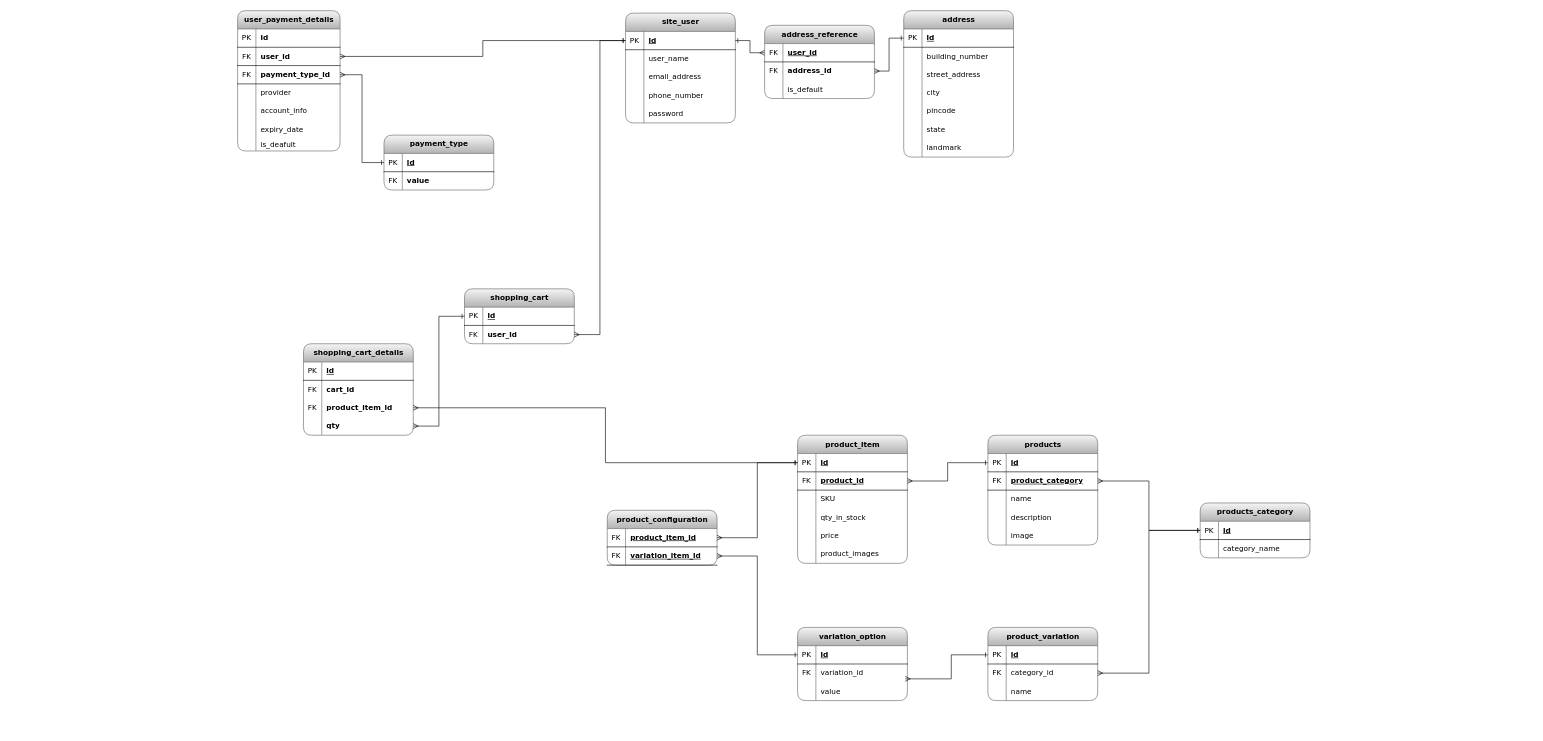
The draw.io diagram e-commerce.drawio in SanjibSaikia/Data-Modelling, before the edit. Source tidied: cells renumbered, new cells numbered last; positions are measured from the earlier drawing's top-left corner, leaving out a move shared by most shapes. Both pictures are drawn from the tidied source at 61%, with x=0, y=0 at pixel (237, 10).
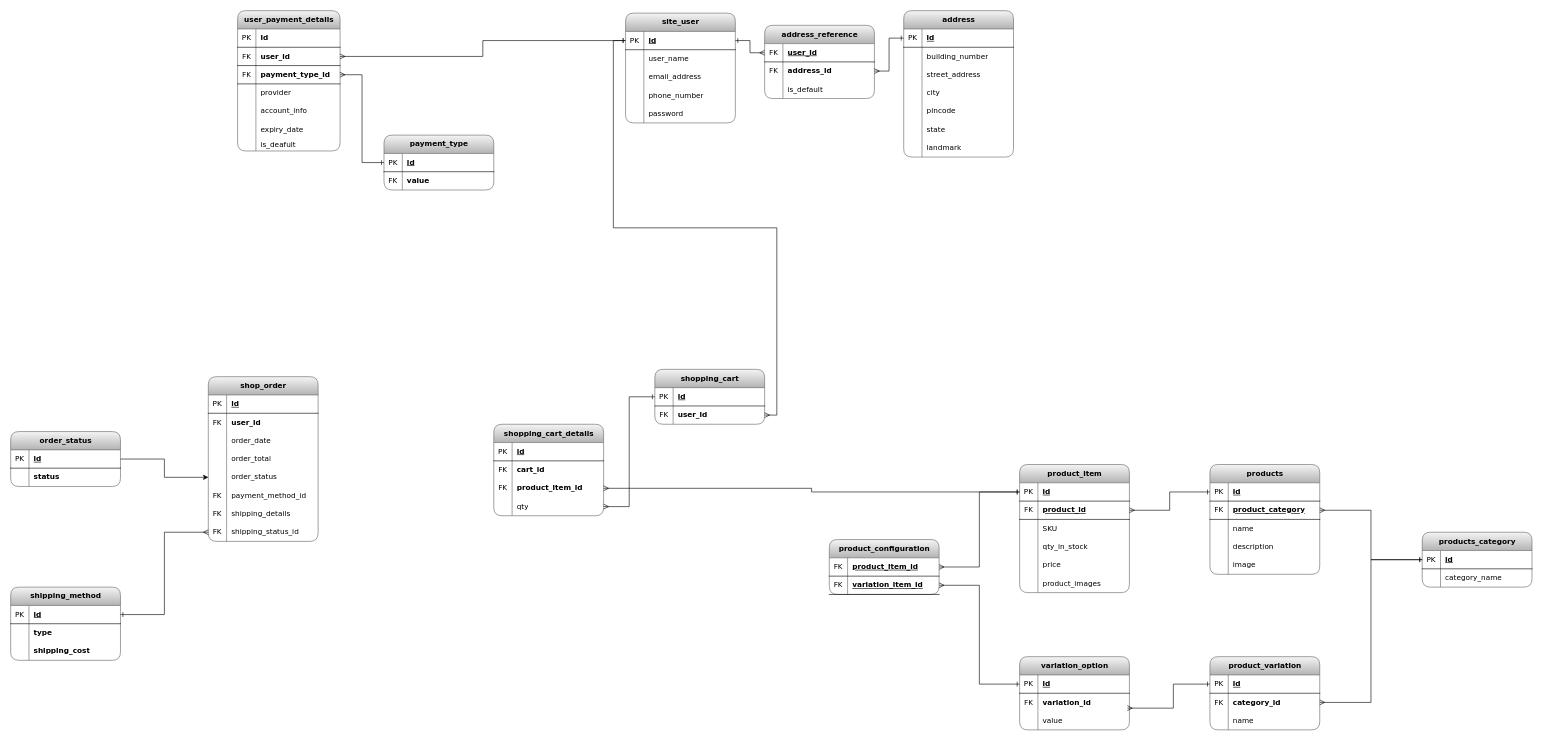
The same page after the edit.

The change refers to these unchanged cells:
```xml
<mxCell id="100" style="shape=tableRow;horizontal=0;startSize=0;swimlaneHead=0;swimlaneBody=0;fillColor=none;points=[[0,0.5],[1,0.5]];portConstraint=eastwest;top=0;left=0;right=0;bottom=1;fontFamily=Verdana;fontStyle=0;" parent="99" vertex="1">
  <mxGeometry y="30" width="180" height="30" as="geometry" />
</mxCell>
<mxCell id="108" style="shape=tableRow;horizontal=0;startSize=0;swimlaneHead=0;swimlaneBody=0;fillColor=none;points=[[0,0.5],[1,0.5]];portConstraint=eastwest;top=0;left=0;right=0;bottom=1;fontFamily=Verdana;fontStyle=0;" parent="107" vertex="1">
  <mxGeometry y="30" width="180" height="30" as="geometry" />
</mxCell>
<mxCell id="111" style="shape=tableRow;horizontal=0;startSize=0;swimlaneHead=0;swimlaneBody=0;fillColor=none;points=[[0,0.5],[1,0.5]];portConstraint=eastwest;top=0;left=0;right=0;bottom=0;fontFamily=Verdana;fontStyle=0;" parent="107" vertex="1">
  <mxGeometry y="60" width="180" height="30" as="geometry" />
</mxCell>
<mxCell id="122" style="shape=tableRow;horizontal=0;startSize=0;swimlaneHead=0;swimlaneBody=0;fillColor=none;points=[[0,0.5],[1,0.5]];portConstraint=eastwest;top=0;left=0;right=0;bottom=0;fontFamily=Verdana;fontStyle=0;" parent="118" vertex="1">
  <mxGeometry y="60" width="180" height="30" as="geometry" />
</mxCell>
<mxCell id="176" style="shape=tableRow;horizontal=0;startSize=0;swimlaneHead=0;swimlaneBody=0;fillColor=none;points=[[0,0.5],[1,0.5]];portConstraint=eastwest;top=0;left=0;right=0;bottom=0;fontFamily=Verdana;fontStyle=0;" parent="166" vertex="1">
  <mxGeometry y="120" width="180" height="30" as="geometry" />
</mxCell>
```

What changed in the source:
```diff
@@
     <mxCell id="83" value="&lt;b&gt;products&lt;/b&gt;" style="shape=table;startSize=30;childLayout=tableLayout;rowLines=0;fontStyle=0;align=center;html=1;strokeColor=#666666;swimlaneLine=1;rounded=1;shadow=0;fontFamily=Verdana;fillColor=#f5f5f5;gradientColor=#b3b3b3;" parent="1" vertex="1">
-      <mxGeometry x="1230" y="696" width="180" height="180" as="geometry" />
+      <mxGeometry x="1594" y="744" width="180" height="180" as="geometry" />
     </mxCell>
@@
     <mxCell id="99" value="&lt;b&gt;products_category&lt;/b&gt;" style="shape=table;startSize=30;childLayout=tableLayout;rowLines=0;fontStyle=0;align=center;html=1;strokeColor=#666666;swimlaneLine=1;rounded=1;shadow=0;fontFamily=Verdana;fillColor=#f5f5f5;gradientColor=#b3b3b3;" parent="1" vertex="1">
-      <mxGeometry x="1578" y="807" width="180" height="90" as="geometry" />
+      <mxGeometry x="1942" y="855" width="180" height="90" as="geometry" />
     </mxCell>
@@
     <mxCell id="107" value="&lt;b&gt;product_variation&lt;/b&gt;" style="shape=table;startSize=30;childLayout=tableLayout;rowLines=0;fontStyle=0;align=center;html=1;strokeColor=#666666;swimlaneLine=1;rounded=1;shadow=0;fontFamily=Verdana;fillColor=#f5f5f5;gradientColor=#b3b3b3;" parent="1" vertex="1">
-      <mxGeometry x="1230" y="1011" width="180" height="120" as="geometry" />
+      <mxGeometry x="1594" y="1059" width="180" height="120" as="geometry" />
     </mxCell>
@@
-    <mxCell id="113" value="category_id" style="shape=partialRectangle;fillColor=none;top=0;left=0;bottom=0;right=0;align=left;spacingLeft=6;overflow=hidden;whiteSpace=wrap;html=1;fontStyle=0;fontFamily=Verdana;" parent="111" vertex="1">
+    <mxCell id="113" value="&lt;b&gt;category_id&lt;/b&gt;" style="shape=partialRectangle;fillColor=none;top=0;left=0;bottom=0;right=0;align=left;spacingLeft=6;overflow=hidden;whiteSpace=wrap;html=1;fontStyle=0;fontFamily=Verdana;" parent="111" vertex="1">
       <mxGeometry x="30" width="150" height="30" as="geometry" />
     </mxCell>
@@
     <mxCell id="117" style="edgeStyle=orthogonalEdgeStyle;rounded=0;jettySize=auto;html=1;exitX=1;exitY=0.5;exitDx=0;exitDy=0;entryX=0;entryY=0.5;entryDx=0;entryDy=0;startArrow=ERmany;startFill=0;endArrow=ERone;endFill=0;" parent="1" edge="1" source="111" target="100">
       <mxGeometry relative="1" as="geometry">
         <Array as="points">
-          <mxPoint x="1494" y="1086" />
-          <mxPoint x="1494" y="852" />
+          <mxPoint x="1858" y="1134" />
+          <mxPoint x="1858" y="900" />
         </Array>
       </mxGeometry>
     </mxCell>
     <mxCell id="118" value="&lt;b&gt;variation_option&lt;/b&gt;" style="shape=table;startSize=30;childLayout=tableLayout;rowLines=0;fontStyle=0;align=center;html=1;strokeColor=#666666;swimlaneLine=1;rounded=1;shadow=0;fontFamily=Verdana;fillColor=#f5f5f5;gradientColor=#b3b3b3;" parent="1" vertex="1">
-      <mxGeometry x="918" y="1011" width="180" height="120" as="geometry" />
+      <mxGeometry x="1282" y="1059" width="180" height="120" as="geometry" />
     </mxCell>
@@
-    <mxCell id="124" value="variation_id" style="shape=partialRectangle;fillColor=none;top=0;left=0;bottom=0;right=0;align=left;spacingLeft=6;overflow=hidden;whiteSpace=wrap;html=1;fontStyle=0;fontFamily=Verdana;" parent="122" vertex="1">
+    <mxCell id="124" value="variation_id" style="shape=partialRectangle;fillColor=none;top=0;left=0;bottom=0;right=0;align=left;spacingLeft=6;overflow=hidden;whiteSpace=wrap;html=1;fontStyle=1;fontFamily=Verdana;" parent="122" vertex="1">
       <mxGeometry x="30" width="150" height="30" as="geometry" />
     </mxCell>
@@
     <mxCell id="128" style="edgeStyle=orthogonalEdgeStyle;rounded=0;jettySize=auto;html=1;exitX=0;exitY=0.5;exitDx=0;exitDy=0;entryX=0.981;entryY=0.813;entryDx=0;entryDy=0;entryPerimeter=0;startArrow=ERone;startFill=0;endArrow=ERmany;endFill=0;" parent="1" edge="1" source="108" target="122">
       <mxGeometry relative="1" as="geometry">
         <Array as="points">
-          <mxPoint x="1170" y="1056" />
-          <mxPoint x="1170" y="1095" />
+          <mxPoint x="1534" y="1104" />
+          <mxPoint x="1534" y="1143" />
         </Array>
       </mxGeometry>
     </mxCell>
     <mxCell id="129" value="&lt;b&gt;product_item&lt;/b&gt;" style="shape=table;startSize=30;childLayout=tableLayout;rowLines=0;fontStyle=0;align=center;html=1;strokeColor=#666666;swimlaneLine=1;rounded=1;shadow=0;fontFamily=Verdana;fillColor=#f5f5f5;gradientColor=#b3b3b3;" parent="1" vertex="1">
-      <mxGeometry x="918" y="696" width="180" height="210" as="geometry" />
+      <mxGeometry x="1282" y="744" width="180" height="210" as="geometry" />
     </mxCell>
@@
     <mxCell id="149" value="&lt;b&gt;product_configuration&lt;/b&gt;" style="shape=table;startSize=30;childLayout=tableLayout;rowLines=0;fontStyle=0;align=center;html=1;strokeColor=#666666;swimlaneLine=1;rounded=1;shadow=0;fontFamily=Verdana;fillColor=#f5f5f5;gradientColor=#b3b3b3;" parent="1" vertex="1">
-      <mxGeometry x="606" y="819" width="180" height="90" as="geometry" />
+      <mxGeometry x="970" y="867" width="180" height="90" as="geometry" />
     </mxCell>
@@
     <mxCell id="158" value="&lt;b&gt;shopping_cart&lt;/b&gt;" style="shape=table;startSize=30;childLayout=tableLayout;rowLines=0;fontStyle=0;align=center;html=1;strokeColor=#666666;swimlaneLine=1;rounded=1;shadow=0;fontFamily=Verdana;fillColor=#f5f5f5;gradientColor=#b3b3b3;" parent="1" vertex="1">
-      <mxGeometry x="372" y="456" width="180" height="90" as="geometry" />
+      <mxGeometry x="684" y="588" width="180" height="90" as="geometry" />
     </mxCell>
@@
     <mxCell id="166" value="&lt;b&gt;shopping_cart_details&lt;/b&gt;" style="shape=table;startSize=30;childLayout=tableLayout;rowLines=0;fontStyle=0;align=center;html=1;strokeColor=#666666;swimlaneLine=1;rounded=1;shadow=0;fontFamily=Verdana;fillColor=#f5f5f5;gradientColor=#b3b3b3;" parent="1" vertex="1">
-      <mxGeometry x="108" y="546" width="180" height="150" as="geometry" />
+      <mxGeometry x="420" y="678" width="180" height="150" as="geometry" />
     </mxCell>
@@
-    <mxCell id="178" value="&lt;span style=&quot;font-weight: 700;&quot;&gt;qty&lt;/span&gt;" style="shape=partialRectangle;fillColor=none;top=0;left=0;bottom=0;right=0;align=left;spacingLeft=6;overflow=hidden;whiteSpace=wrap;html=1;fontStyle=0;fontFamily=Verdana;" parent="176" vertex="1">
+    <mxCell id="178" value="qty" style="shape=partialRectangle;fillColor=none;top=0;left=0;bottom=0;right=0;align=left;spacingLeft=6;overflow=hidden;whiteSpace=wrap;html=1;fontStyle=0;fontFamily=Verdana;" parent="176" vertex="1">
       <mxGeometry x="30" width="150" height="30" as="geometry" />
     </mxCell>
@@
+    <mxCell id="181" value="&lt;b&gt;shop_order&lt;/b&gt;" style="shape=table;startSize=30;childLayout=tableLayout;rowLines=0;fontStyle=0;align=center;html=1;strokeColor=#666666;swimlaneLine=1;rounded=1;shadow=0;fontFamily=Verdana;fillColor=#f5f5f5;gradientColor=#b3b3b3;" parent="1" vertex="1">
+      <mxGeometry x="-48" y="600" width="180" height="270" as="geometry" />
+    </mxCell>
+    <mxCell id="182" style="shape=tableRow;horizontal=0;startSize=0;swimlaneHead=0;swimlaneBody=0;fillColor=none;top=0;left=0;right=0;bottom=1;fontFamily=Verdana;fontStyle=0;" parent="181" vertex="1">
+      <mxGeometry y="30" width="180" height="30" as="geometry" />
+    </mxCell>
+    <mxCell id="183" value="PK" style="shape=partialRectangle;fillColor=none;top=0;left=0;bottom=0;right=0;fontStyle=0;overflow=hidden;whiteSpace=wrap;html=1;fontFamily=Verdana;" parent="182" vertex="1">
+      <mxGeometry width="30" height="30" as="geometry" />
+    </mxCell>
+    <mxCell id="184" value="id" style="shape=partialRectangle;fillColor=none;top=0;left=0;bottom=0;right=0;align=left;spacingLeft=6;fontStyle=5;overflow=hidden;whiteSpace=wrap;html=1;fontFamily=Verdana;" parent="182" vertex="1">
+      <mxGeometry x="30" width="150" height="30" as="geometry" />
+    </mxCell>
+    <mxCell id="185" style="shape=tableRow;horizontal=0;startSize=0;swimlaneHead=0;swimlaneBody=0;fillColor=none;top=0;left=0;right=0;bottom=0;fontFamily=Verdana;fontStyle=0;" parent="181" vertex="1">
+      <mxGeometry y="60" width="180" height="30" as="geometry" />
+    </mxCell>
+    <mxCell id="186" value="FK" style="shape=partialRectangle;fillColor=none;top=0;left=0;bottom=0;right=0;overflow=hidden;whiteSpace=wrap;html=1;fontFamily=Verdana;fontStyle=0;" parent="185" vertex="1">
+      <mxGeometry width="30" height="30" as="geometry" />
+    </mxCell>
+    <mxCell id="187" value="&lt;span style=&quot;font-weight: 700;&quot;&gt;user_id&lt;/span&gt;" style="shape=partialRectangle;fillColor=none;top=0;left=0;bottom=0;right=0;align=left;spacingLeft=6;overflow=hidden;whiteSpace=wrap;html=1;fontStyle=0;fontFamily=Verdana;" parent="185" vertex="1">
+      <mxGeometry x="30" width="150" height="30" as="geometry" />
+    </mxCell>
+    <mxCell id="188" style="shape=tableRow;horizontal=0;startSize=0;swimlaneHead=0;swimlaneBody=0;fillColor=none;top=0;left=0;right=0;bottom=0;fontFamily=Verdana;fontStyle=0;" parent="181" vertex="1">
+      <mxGeometry y="90" width="180" height="30" as="geometry" />
+    </mxCell>
+    <mxCell id="189" style="shape=partialRectangle;fillColor=none;top=0;left=0;bottom=0;right=0;overflow=hidden;whiteSpace=wrap;html=1;fontFamily=Verdana;fontStyle=0;" parent="188" vertex="1">
+      <mxGeometry width="30" height="30" as="geometry" />
+    </mxCell>
+    <mxCell id="190" value="&lt;span style=&quot;&quot;&gt;order_date&lt;/span&gt;" style="shape=partialRectangle;fillColor=none;top=0;left=0;bottom=0;right=0;align=left;spacingLeft=6;overflow=hidden;whiteSpace=wrap;html=1;fontStyle=0;fontFamily=Verdana;" parent="188" vertex="1">
+      <mxGeometry x="30" width="150" height="30" as="geometry" />
+    </mxCell>
+    <mxCell id="191" style="shape=tableRow;horizontal=0;startSize=0;swimlaneHead=0;swimlaneBody=0;fillColor=none;top=0;left=0;right=0;bottom=0;fontFamily=Verdana;fontStyle=0;" parent="181" vertex="1">
+      <mxGeometry y="120" width="180" height="30" as="geometry" />
+    </mxCell>
+    <mxCell id="192" style="shape=partialRectangle;fillColor=none;top=0;left=0;bottom=0;right=0;overflow=hidden;whiteSpace=wrap;html=1;fontFamily=Verdana;fontStyle=0;" parent="191" vertex="1">
+      <mxGeometry width="30" height="30" as="geometry" />
+    </mxCell>
+    <mxCell id="193" value="&lt;span style=&quot;&quot;&gt;order_total&lt;/span&gt;" style="shape=partialRectangle;fillColor=none;top=0;left=0;bottom=0;right=0;align=left;spacingLeft=6;overflow=hidden;whiteSpace=wrap;html=1;fontStyle=0;fontFamily=Verdana;" parent="191" vertex="1">
+      <mxGeometry x="30" width="150" height="30" as="geometry" />
+    </mxCell>
+    <mxCell id="194" style="shape=tableRow;horizontal=0;startSize=0;swimlaneHead=0;swimlaneBody=0;fillColor=none;points=[[0,0.5],[1,0.5]];portConstraint=eastwest;top=0;left=0;right=0;bottom=0;fontFamily=Verdana;fontStyle=0;" parent="181" vertex="1">
+      <mxGeometry y="150" width="180" height="30" as="geometry" />
+    </mxCell>
+    <mxCell id="195" style="shape=partialRectangle;fillColor=none;top=0;left=0;bottom=0;right=0;overflow=hidden;whiteSpace=wrap;html=1;fontFamily=Verdana;fontStyle=0;" parent="194" vertex="1">
+      <mxGeometry width="30" height="30" as="geometry" />
+    </mxCell>
+    <mxCell id="196" value="&lt;span&gt;order_status&lt;/span&gt;" style="shape=partialRectangle;fillColor=none;top=0;left=0;bottom=0;right=0;align=left;spacingLeft=6;overflow=hidden;whiteSpace=wrap;html=1;fontStyle=0;fontFamily=Verdana;" parent="194" vertex="1">
+      <mxGeometry x="30" width="150" height="30" as="geometry" />
+    </mxCell>
+    <mxCell id="197" style="shape=tableRow;horizontal=0;startSize=0;swimlaneHead=0;swimlaneBody=0;fillColor=none;top=0;left=0;right=0;bottom=0;fontFamily=Verdana;fontStyle=0;" parent="181" vertex="1">
+      <mxGeometry y="180" width="180" height="30" as="geometry" />
+    </mxCell>
+    <mxCell id="198" value="FK" style="shape=partialRectangle;fillColor=none;top=0;left=0;bottom=0;right=0;overflow=hidden;whiteSpace=wrap;html=1;fontFamily=Verdana;fontStyle=0;" parent="197" vertex="1">
+      <mxGeometry width="30" height="30" as="geometry" />
+    </mxCell>
+    <mxCell id="199" value="&lt;span&gt;payment_method_id&lt;/span&gt;" style="shape=partialRectangle;fillColor=none;top=0;left=0;bottom=0;right=0;align=left;spacingLeft=6;overflow=hidden;whiteSpace=wrap;html=1;fontStyle=0;fontFamily=Verdana;" parent="197" vertex="1">
+      <mxGeometry x="30" width="150" height="30" as="geometry" />
+    </mxCell>
+    <mxCell id="200" style="shape=tableRow;horizontal=0;startSize=0;swimlaneHead=0;swimlaneBody=0;fillColor=none;top=0;left=0;right=0;bottom=0;fontFamily=Verdana;fontStyle=0;" parent="181" vertex="1">
+      <mxGeometry y="210" width="180" height="30" as="geometry" />
+    </mxCell>
+    <mxCell id="201" value="FK" style="shape=partialRectangle;fillColor=none;top=0;left=0;bottom=0;right=0;overflow=hidden;whiteSpace=wrap;html=1;fontFamily=Verdana;fontStyle=0;" parent="200" vertex="1">
+      <mxGeometry width="30" height="30" as="geometry" />
+    </mxCell>
+    <mxCell id="202" value="&lt;span&gt;shipping_details&lt;/span&gt;" style="shape=partialRectangle;fillColor=none;top=0;left=0;bottom=0;right=0;align=left;spacingLeft=6;overflow=hidden;whiteSpace=wrap;html=1;fontStyle=0;fontFamily=Verdana;" parent="200" vertex="1">
+      <mxGeometry x="30" width="150" height="30" as="geometry" />
+    </mxCell>
+    <mxCell id="203" style="shape=tableRow;horizontal=0;startSize=0;swimlaneHead=0;swimlaneBody=0;fillColor=none;points=[[0,0.5],[1,0.5]];portConstraint=eastwest;top=0;left=0;right=0;bottom=0;fontFamily=Verdana;fontStyle=0;" parent="181" vertex="1">
+      <mxGeometry y="240" width="180" height="30" as="geometry" />
+    </mxCell>
+    <mxCell id="204" value="FK" style="shape=partialRectangle;fillColor=none;top=0;left=0;bottom=0;right=0;overflow=hidden;whiteSpace=wrap;html=1;fontFamily=Verdana;fontStyle=0;" parent="203" vertex="1">
+      <mxGeometry width="30" height="30" as="geometry" />
+    </mxCell>
+    <mxCell id="205" value="&lt;span&gt;shipping_status_id&lt;/span&gt;" style="shape=partialRectangle;fillColor=none;top=0;left=0;bottom=0;right=0;align=left;spacingLeft=6;overflow=hidden;whiteSpace=wrap;html=1;fontStyle=0;fontFamily=Verdana;" parent="203" vertex="1">
+      <mxGeometry x="30" width="150" height="30" as="geometry" />
+    </mxCell>
+    <mxCell id="206" value="&lt;b&gt;shipping_method&lt;/b&gt;" style="shape=table;startSize=30;childLayout=tableLayout;rowLines=0;fontStyle=0;align=center;html=1;strokeColor=#666666;swimlaneLine=1;rounded=1;shadow=0;fontFamily=Verdana;fillColor=#f5f5f5;gradientColor=#b3b3b3;" parent="1" vertex="1">
+      <mxGeometry x="-372" y="945" width="180" height="120" as="geometry" />
+    </mxCell>
+    <mxCell id="207" style="shape=tableRow;horizontal=0;startSize=0;swimlaneHead=0;swimlaneBody=0;fillColor=none;points=[[0,0.5],[1,0.5]];portConstraint=eastwest;top=0;left=0;right=0;bottom=1;fontFamily=Verdana;fontStyle=0;" parent="206" vertex="1">
+      <mxGeometry y="30" width="180" height="30" as="geometry" />
+    </mxCell>
+    <mxCell id="208" value="PK" style="shape=partialRectangle;fillColor=none;top=0;left=0;bottom=0;right=0;fontStyle=0;overflow=hidden;whiteSpace=wrap;html=1;fontFamily=Verdana;" parent="207" vertex="1">
+      <mxGeometry width="30" height="30" as="geometry" />
+    </mxCell>
+    <mxCell id="209" value="id" style="shape=partialRectangle;fillColor=none;top=0;left=0;bottom=0;right=0;align=left;spacingLeft=6;fontStyle=5;overflow=hidden;whiteSpace=wrap;html=1;fontFamily=Verdana;" parent="207" vertex="1">
+      <mxGeometry x="30" width="150" height="30" as="geometry" />
+    </mxCell>
+    <mxCell id="210" style="shape=tableRow;horizontal=0;startSize=0;swimlaneHead=0;swimlaneBody=0;fillColor=none;top=0;left=0;right=0;bottom=0;fontFamily=Verdana;fontStyle=0;" parent="206" vertex="1">
+      <mxGeometry y="60" width="180" height="30" as="geometry" />
+    </mxCell>
+    <mxCell id="211" style="shape=partialRectangle;fillColor=none;top=0;left=0;bottom=0;right=0;overflow=hidden;whiteSpace=wrap;html=1;fontFamily=Verdana;fontStyle=0;" parent="210" vertex="1">
+      <mxGeometry width="30" height="30" as="geometry" />
+    </mxCell>
+    <mxCell id="212" value="&lt;span style=&quot;font-weight: 700;&quot;&gt;type&lt;/span&gt;" style="shape=partialRectangle;fillColor=none;top=0;left=0;bottom=0;right=0;align=left;spacingLeft=6;overflow=hidden;whiteSpace=wrap;html=1;fontStyle=0;fontFamily=Verdana;" parent="210" vertex="1">
+      <mxGeometry x="30" width="150" height="30" as="geometry" />
+    </mxCell>
+    <mxCell id="213" style="shape=tableRow;horizontal=0;startSize=0;swimlaneHead=0;swimlaneBody=0;fillColor=none;top=0;left=0;right=0;bottom=0;fontFamily=Verdana;fontStyle=0;" parent="206" vertex="1">
+      <mxGeometry y="90" width="180" height="30" as="geometry" />
+    </mxCell>
+    <mxCell id="214" style="shape=partialRectangle;fillColor=none;top=0;left=0;bottom=0;right=0;overflow=hidden;whiteSpace=wrap;html=1;fontFamily=Verdana;fontStyle=0;" parent="213" vertex="1">
+      <mxGeometry width="30" height="30" as="geometry" />
+    </mxCell>
+    <mxCell id="215" value="&lt;span style=&quot;font-weight: 700;&quot;&gt;shipping_cost&lt;/span&gt;" style="shape=partialRectangle;fillColor=none;top=0;left=0;bottom=0;right=0;align=left;spacingLeft=6;overflow=hidden;whiteSpace=wrap;html=1;fontStyle=0;fontFamily=Verdana;" parent="213" vertex="1">
+      <mxGeometry x="30" width="150" height="30" as="geometry" />
+    </mxCell>
+    <mxCell id="216" value="&lt;b&gt;order_status&lt;/b&gt;" style="shape=table;startSize=30;childLayout=tableLayout;rowLines=0;fontStyle=0;align=center;html=1;strokeColor=#666666;swimlaneLine=1;rounded=1;shadow=0;fontFamily=Verdana;fillColor=#f5f5f5;gradientColor=#b3b3b3;" parent="1" vertex="1">
+      <mxGeometry x="-372" y="690" width="180" height="90" as="geometry" />
+    </mxCell>
+    <mxCell id="217" style="shape=tableRow;horizontal=0;startSize=0;swimlaneHead=0;swimlaneBody=0;fillColor=none;points=[[0,0.5],[1,0.5]];portConstraint=eastwest;top=0;left=0;right=0;bottom=1;fontFamily=Verdana;fontStyle=0;" parent="216" vertex="1">
+      <mxGeometry y="30" width="180" height="30" as="geometry" />
+    </mxCell>
+    <mxCell id="218" value="PK" style="shape=partialRectangle;fillColor=none;top=0;left=0;bottom=0;right=0;fontStyle=0;overflow=hidden;whiteSpace=wrap;html=1;fontFamily=Verdana;" parent="217" vertex="1">
+      <mxGeometry width="30" height="30" as="geometry" />
+    </mxCell>
+    <mxCell id="219" value="id" style="shape=partialRectangle;fillColor=none;top=0;left=0;bottom=0;right=0;align=left;spacingLeft=6;fontStyle=5;overflow=hidden;whiteSpace=wrap;html=1;fontFamily=Verdana;" parent="217" vertex="1">
+      <mxGeometry x="30" width="150" height="30" as="geometry" />
+    </mxCell>
+    <mxCell id="220" style="shape=tableRow;horizontal=0;startSize=0;swimlaneHead=0;swimlaneBody=0;fillColor=none;top=0;left=0;right=0;bottom=0;fontFamily=Verdana;fontStyle=0;" parent="216" vertex="1">
+      <mxGeometry y="60" width="180" height="30" as="geometry" />
+    </mxCell>
+    <mxCell id="221" style="shape=partialRectangle;fillColor=none;top=0;left=0;bottom=0;right=0;overflow=hidden;whiteSpace=wrap;html=1;fontFamily=Verdana;fontStyle=0;" parent="220" vertex="1">
+      <mxGeometry width="30" height="30" as="geometry" />
+    </mxCell>
+    <mxCell id="222" value="&lt;span style=&quot;font-weight: 700;&quot;&gt;status&lt;/span&gt;" style="shape=partialRectangle;fillColor=none;top=0;left=0;bottom=0;right=0;align=left;spacingLeft=6;overflow=hidden;whiteSpace=wrap;html=1;fontStyle=0;fontFamily=Verdana;" parent="220" vertex="1">
+      <mxGeometry x="30" width="150" height="30" as="geometry" />
+    </mxCell>
+    <mxCell id="223" style="edgeStyle=orthogonalEdgeStyle;rounded=0;jettySize=auto;html=1;exitX=1;exitY=0.5;exitDx=0;exitDy=0;entryX=0;entryY=0.5;entryDx=0;entryDy=0;startArrow=ERone;startFill=0;endArrow=ERmany;endFill=0;" parent="1" edge="1" source="207" target="203">
+      <mxGeometry relative="1" as="geometry" />
+    </mxCell>
+    <mxCell id="224" style="edgeStyle=orthogonalEdgeStyle;rounded=0;jettySize=auto;html=1;exitX=1;exitY=0.5;exitDx=0;exitDy=0;entryX=0;entryY=0.5;entryDx=0;entryDy=0;" parent="1" edge="1" source="217" target="194">
+      <mxGeometry relative="1" as="geometry" />
+    </mxCell>
```
